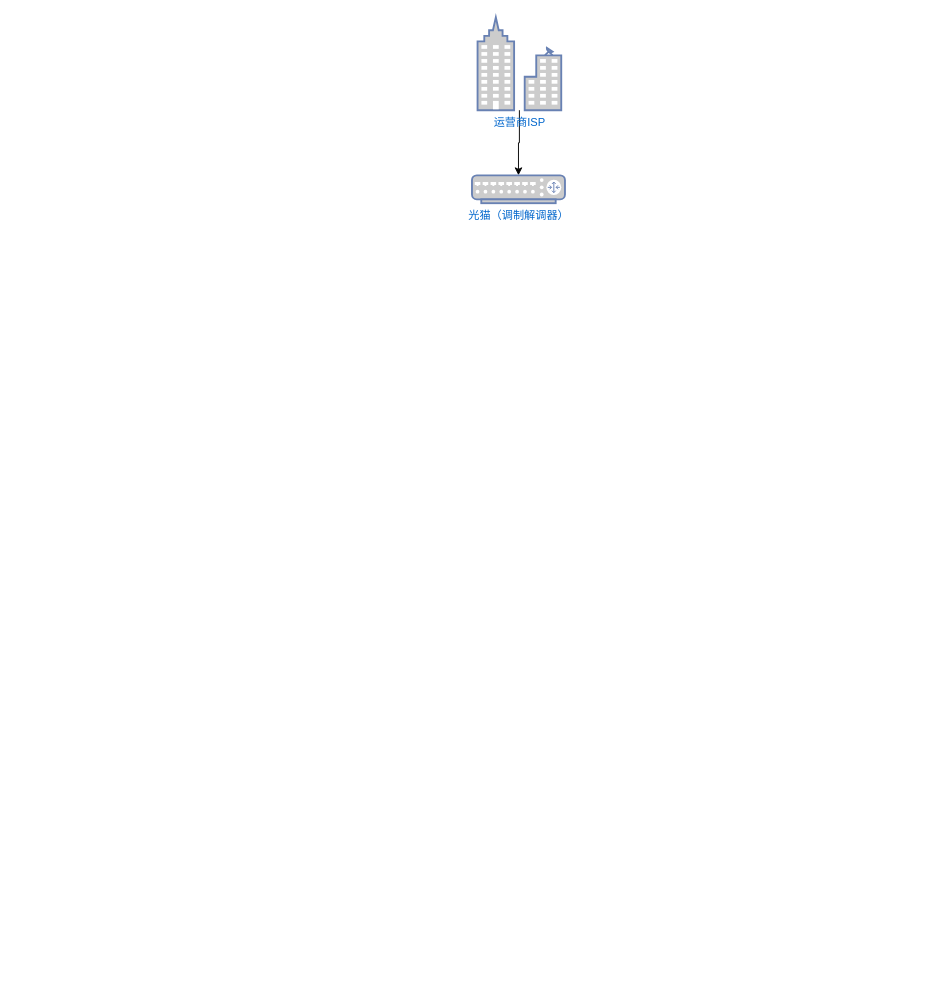
The draw.io diagram drawio/home network.drawio in happinessandlove/Pic, before the edit. Source tidied: cells renumbered, new cells numbered last; positions are measured from the earlier drawing's top-left corner, leaving out a move shared by most shapes. Both pictures are drawn from the tidied source at 93%, with x=0, y=0 at pixel (472, 17). Pictures stored in the file or linked from it are replaced by grey dashed boxes.
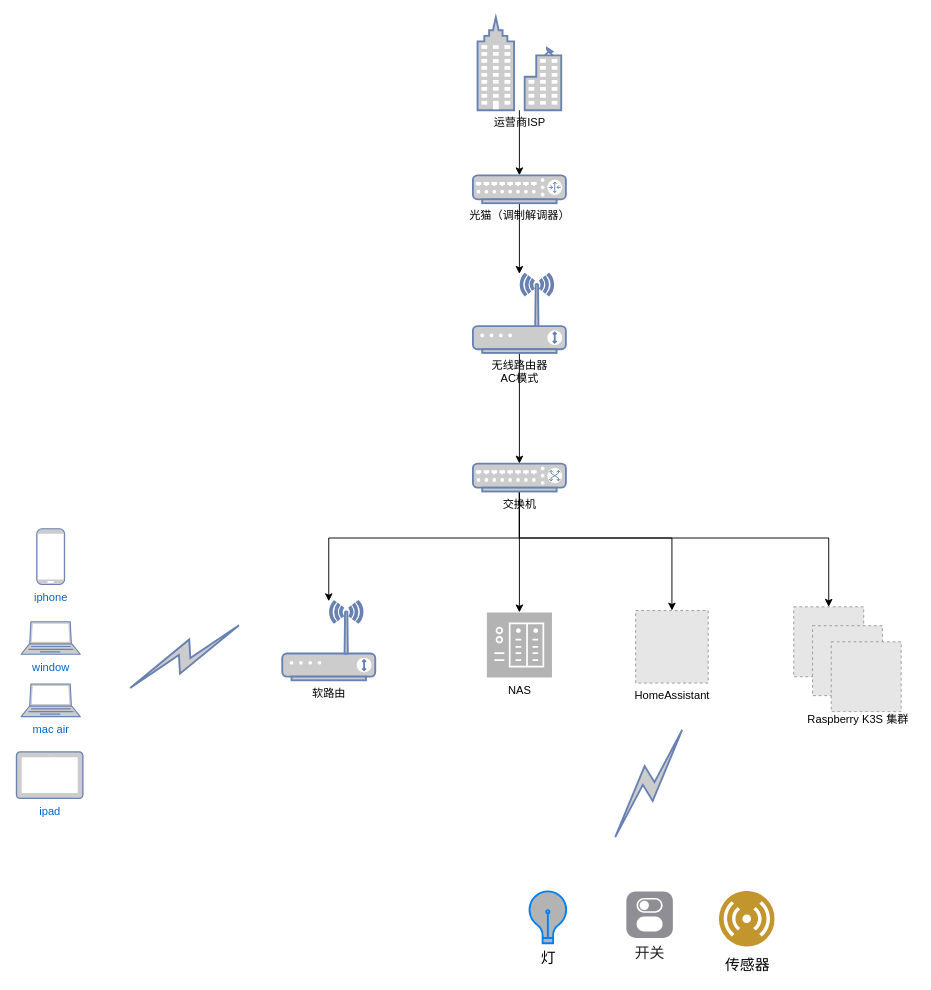
After the change.

Change to the diagram source:
```diff
@@
-    <mxCell id="3" value="运营商ISP" style="fontColor=#0066CC;verticalAlign=top;verticalLabelPosition=bottom;labelPosition=center;align=center;html=1;outlineConnect=0;fillColor=#CCCCCC;strokeColor=#6881B3;gradientColor=none;gradientDirection=north;strokeWidth=2;shape=mxgraph.networks.business_center;" parent="1" vertex="1">
+    <mxCell id="3" value="&lt;font color=&quot;#000000&quot;&gt;运营商ISP&lt;/font&gt;" style="fontColor=#0066CC;verticalAlign=top;verticalLabelPosition=bottom;labelPosition=center;align=center;html=1;outlineConnect=0;fillColor=#CCCCCC;strokeColor=#6881B3;gradientColor=none;gradientDirection=north;strokeWidth=2;shape=mxgraph.networks.business_center;" parent="1" vertex="1">
       <mxGeometry x="6" width="90" height="100" as="geometry" />
     </mxCell>
+    <mxCell id="5" style="edgeStyle=orthogonalEdgeStyle;rounded=0;jettySize=auto;html=1;" parent="1" edge="1" source="4" target="7">
+      <mxGeometry relative="1" as="geometry" />
+    </mxCell>
-    <mxCell id="4" value="光猫（调制解调器）" style="fontColor=#0066CC;verticalAlign=top;verticalLabelPosition=bottom;labelPosition=center;align=center;html=1;outlineConnect=0;fillColor=#CCCCCC;strokeColor=#6881B3;gradientColor=none;gradientDirection=north;strokeWidth=2;shape=mxgraph.networks.router;" parent="1" vertex="1">
-      <mxGeometry y="170" width="100" height="30" as="geometry" />
+    <mxCell id="4" value="&lt;font color=&quot;#000000&quot;&gt;光猫（调制解调器）&lt;/font&gt;" style="fontColor=#0066CC;verticalAlign=top;verticalLabelPosition=bottom;labelPosition=center;align=center;html=1;outlineConnect=0;fillColor=#CCCCCC;strokeColor=#6881B3;gradientColor=none;gradientDirection=north;strokeWidth=2;shape=mxgraph.networks.router;" parent="1" vertex="1">
+      <mxGeometry x="1" y="170" width="100" height="30" as="geometry" />
     </mxCell>
+    <mxCell id="6" style="edgeStyle=orthogonalEdgeStyle;rounded=0;jettySize=auto;html=1;" parent="1" edge="1" source="7" target="12">
+      <mxGeometry relative="1" as="geometry" />
+    </mxCell>
+    <mxCell id="7" value="&lt;font color=&quot;#000000&quot;&gt;无线路由器&lt;br&gt;AC模式&lt;/font&gt;" style="fontColor=#0066CC;verticalAlign=top;verticalLabelPosition=bottom;labelPosition=center;align=center;html=1;outlineConnect=0;fillColor=#CCCCCC;strokeColor=#6881B3;gradientColor=none;gradientDirection=north;strokeWidth=2;shape=mxgraph.networks.wireless_modem;" parent="1" vertex="1">
+      <mxGeometry x="1" y="276" width="100" height="85" as="geometry" />
+    </mxCell>
+    <mxCell id="8" style="edgeStyle=orthogonalEdgeStyle;rounded=0;jettySize=auto;html=1;" parent="1" edge="1" source="12" target="13">
+      <mxGeometry relative="1" as="geometry">
+        <Array as="points">
+          <mxPoint x="51" y="560" />
+          <mxPoint x="-154" y="560" />
+        </Array>
+      </mxGeometry>
+    </mxCell>
+    <mxCell id="9" style="edgeStyle=orthogonalEdgeStyle;rounded=0;jettySize=auto;html=1;" parent="1" edge="1" source="12" target="14">
+      <mxGeometry relative="1" as="geometry" />
+    </mxCell>
+    <mxCell id="10" style="edgeStyle=orthogonalEdgeStyle;rounded=0;jettySize=auto;html=1;fontColor=#000000;" parent="1" edge="1" source="12" target="15">
+      <mxGeometry relative="1" as="geometry">
+        <Array as="points">
+          <mxPoint x="51" y="560" />
+          <mxPoint x="215" y="560" />
+        </Array>
+      </mxGeometry>
+    </mxCell>
+    <mxCell id="11" style="edgeStyle=orthogonalEdgeStyle;rounded=0;jettySize=auto;html=1;entryX=0.5;entryY=0;entryDx=0;entryDy=0;fontColor=#000000;" parent="1" edge="1" source="12" target="23">
+      <mxGeometry relative="1" as="geometry">
+        <Array as="points">
+          <mxPoint x="51" y="560" />
+          <mxPoint x="384" y="560" />
+        </Array>
+      </mxGeometry>
+    </mxCell>
+    <mxCell id="12" value="&lt;font color=&quot;#000000&quot;&gt;交换机&lt;/font&gt;" style="fontColor=#0066CC;verticalAlign=top;verticalLabelPosition=bottom;labelPosition=center;align=center;html=1;outlineConnect=0;fillColor=#CCCCCC;strokeColor=#6881B3;gradientColor=none;gradientDirection=north;strokeWidth=2;shape=mxgraph.networks.switch;" parent="1" vertex="1">
+      <mxGeometry x="1" y="480" width="100" height="30" as="geometry" />
+    </mxCell>
+    <mxCell id="13" value="&lt;font color=&quot;#000000&quot;&gt;软路由&lt;/font&gt;" style="fontColor=#0066CC;verticalAlign=top;verticalLabelPosition=bottom;labelPosition=center;align=center;html=1;outlineConnect=0;fillColor=#CCCCCC;strokeColor=#6881B3;gradientColor=none;gradientDirection=north;strokeWidth=2;shape=mxgraph.networks.wireless_modem;" parent="1" vertex="1">
+      <mxGeometry x="-204" y="628" width="100" height="85" as="geometry" />
+    </mxCell>
+    <mxCell id="14" value="NAS" style="sketch=0;shadow=0;dashed=0;html=1;strokeColor=none;fillColor=#B3B3B3;labelPosition=center;verticalLabelPosition=bottom;verticalAlign=top;align=center;outlineConnect=0;shape=mxgraph.veeam2.nas;" parent="1" vertex="1">
+      <mxGeometry x="16" y="640" width="70" height="70" as="geometry" />
+    </mxCell>
+    <mxCell id="15" value="HomeAssistant" style="fillColor=#E6E6E6;strokeColor=#999999;dashed=1;html=1;verticalAlign=top;verticalLabelPosition=bottom;labelBackgroundColor=#ffffff;fontColor=#000000;" parent="1" vertex="1">
+      <mxGeometry x="176" y="638" width="78" height="78" as="geometry" />
+    </mxCell>
+    <mxCell id="16" value="iphone" style="fontColor=#0066CC;verticalAlign=top;verticalLabelPosition=bottom;labelPosition=center;align=center;html=1;fillColor=#CCCCCC;strokeColor=#6881B3;gradientColor=none;gradientDirection=north;strokeWidth=2;shape=mxgraph.networks.mobile;" parent="1" vertex="1">
+      <mxGeometry x="-468" y="550" width="30" height="60" as="geometry" />
+    </mxCell>
+    <mxCell id="17" value="window" style="fontColor=#0066CC;verticalAlign=top;verticalLabelPosition=bottom;labelPosition=center;align=center;html=1;fillColor=#CCCCCC;strokeColor=#6881B3;gradientColor=none;gradientDirection=north;strokeWidth=2;shape=mxgraph.networks.laptop;" parent="1" vertex="1">
+      <mxGeometry x="-484.8" y="650" width="63.6" height="35" as="geometry" />
+    </mxCell>
+    <mxCell id="18" value="ipad" style="fontColor=#0066CC;verticalAlign=top;verticalLabelPosition=bottom;labelPosition=center;align=center;html=1;fillColor=#CCCCCC;strokeColor=#6881B3;gradientColor=none;gradientDirection=north;strokeWidth=2;shape=mxgraph.networks.tablet;" parent="1" vertex="1">
+      <mxGeometry x="-489.8" y="790" width="71.4" height="50" as="geometry" />
+    </mxCell>
+    <mxCell id="19" style="html=1;outlineConnect=0;fillColor=#CCCCCC;strokeColor=#6881B3;gradientColor=none;gradientDirection=north;strokeWidth=2;shape=mxgraph.networks.comm_link_edge;html=1;rounded=0;fontColor=#000000;" parent="1" edge="1">
+      <mxGeometry relative="1" as="geometry">
+        <mxPoint x="-374" y="725" as="sourcePoint" />
+        <mxPoint x="-244" y="650" as="targetPoint" />
+      </mxGeometry>
+    </mxCell>
+    <mxCell id="20" value="mac air" style="fontColor=#0066CC;verticalAlign=top;verticalLabelPosition=bottom;labelPosition=center;align=center;html=1;fillColor=#CCCCCC;strokeColor=#6881B3;gradientColor=none;gradientDirection=north;strokeWidth=2;shape=mxgraph.networks.laptop;" parent="1" vertex="1">
+      <mxGeometry x="-484.8" y="717" width="63.6" height="35" as="geometry" />
+    </mxCell>
+    <mxCell id="21" style="group;" parent="1" vertex="1">
+      <mxGeometry x="346" y="634" width="130" height="135" as="geometry" />
+    </mxCell>
+    <mxCell id="22" style="group;" parent="21" vertex="1">
+      <mxGeometry width="118.9" height="112.8" as="geometry" />
+    </mxCell>
+    <mxCell id="23" style="fillColor=#E6E6E6;strokeColor=#999999;dashed=1;html=1;verticalAlign=top;verticalLabelPosition=bottom;labelBackgroundColor=#ffffff;fontColor=#000000;" parent="22" vertex="1">
+      <mxGeometry width="75.2" height="75.2" as="geometry" />
+    </mxCell>
+    <mxCell id="24" style="fillColor=#E6E6E6;strokeColor=#999999;dashed=1;html=1;verticalAlign=top;verticalLabelPosition=bottom;labelBackgroundColor=#ffffff;fontColor=#000000;" parent="22" vertex="1">
+      <mxGeometry x="20.2" y="20.3" width="75.2" height="75.2" as="geometry" />
+    </mxCell>
+    <mxCell id="25" style="fillColor=#E6E6E6;strokeColor=#999999;dashed=1;html=1;verticalAlign=top;verticalLabelPosition=bottom;labelBackgroundColor=#ffffff;fontColor=#000000;" parent="22" vertex="1">
+      <mxGeometry x="40.3" y="37.6" width="75.2" height="75.2" as="geometry" />
+    </mxCell>
+    <mxCell id="26" value="&lt;span style=&quot;background-color: rgb(255, 255, 255);&quot;&gt;Raspberry K3S 集群&lt;/span&gt;" style="text;html=1;strokeColor=none;fillColor=none;align=center;verticalAlign=middle;whiteSpace=wrap;rounded=0;fontColor=#000000;" parent="21" vertex="1">
+      <mxGeometry x="9.1" y="106.1" width="120.9" height="28.9" as="geometry" />
+    </mxCell>
+    <mxCell id="27" style="html=1;outlineConnect=0;fillColor=#CCCCCC;strokeColor=#6881B3;gradientColor=none;gradientDirection=north;strokeWidth=2;shape=mxgraph.networks.comm_link_edge;html=1;rounded=0;fontColor=#000000;" parent="1" edge="1">
+      <mxGeometry relative="1" as="geometry">
+        <mxPoint x="150" y="888" as="sourcePoint" />
+        <mxPoint x="230" y="760" as="targetPoint" />
+      </mxGeometry>
+    </mxCell>
+    <mxCell id="28" value="&lt;font style=&quot;font-size: 16px;&quot;&gt;灯&lt;/font&gt;" style="html=1;verticalLabelPosition=bottom;align=center;labelBackgroundColor=#ffffff;verticalAlign=top;strokeWidth=2;strokeColor=#0080F0;shadow=0;dashed=0;shape=mxgraph.ios7.icons.lightbulb;fontColor=#000000;fillColor=#B3B3B3;" parent="1" vertex="1">
+      <mxGeometry x="60.2" y="940" width="42.8" height="55.8" as="geometry" />
+    </mxCell>
+    <mxCell id="29" value="&lt;font style=&quot;font-size: 16px;&quot;&gt;开关&lt;/font&gt;" style="html=1;strokeWidth=1;shadow=0;dashed=0;shape=mxgraph.ios7.misc.switch;fillColor=#8F8E94;strokeColor=none;buttonText=;strokeColor2=#222222;fontColor=#222222;fontSize=8;verticalLabelPosition=bottom;verticalAlign=top;align=center;sketch=0;" parent="1" vertex="1">
+      <mxGeometry x="166" y="940" width="50" height="50" as="geometry" />
+    </mxCell>
+    <mxCell id="30" value="&lt;font style=&quot;font-size: 16px;&quot; color=&quot;#000000&quot;&gt;传感器&lt;/font&gt;" style="perimeter=ellipsePerimeter;html=1;align=center;shadow=0;dashed=0;fontColor=#4277BB;labelBackgroundColor=#ffffff;fontSize=12;spacingTop=3;image;image=img/lib/ibm/users/sensor.svg;fillColor=#B3B3B3;" parent="1" vertex="1">
+      <mxGeometry x="266" y="940" width="60" height="60" as="geometry" />
+    </mxCell>
```
